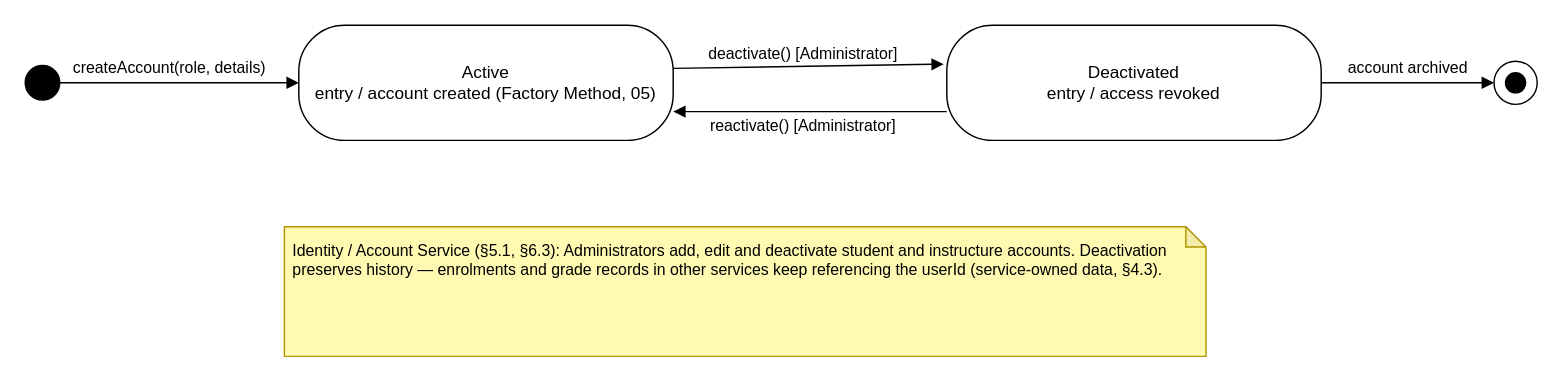
Above: Diagrams/State_diagrams/state-4-user-account.drawio in Tharusha-dev/soft_architect_redda (draw.io), before the change. Source tidied: cells renumbered, new cells numbered last; positions are measured from the earlier drawing's top-left corner, leaving out a move shared by most shapes. Both pictures are drawn from the tidied source at 144%, with x=0, y=0 at pixel (24, 24).
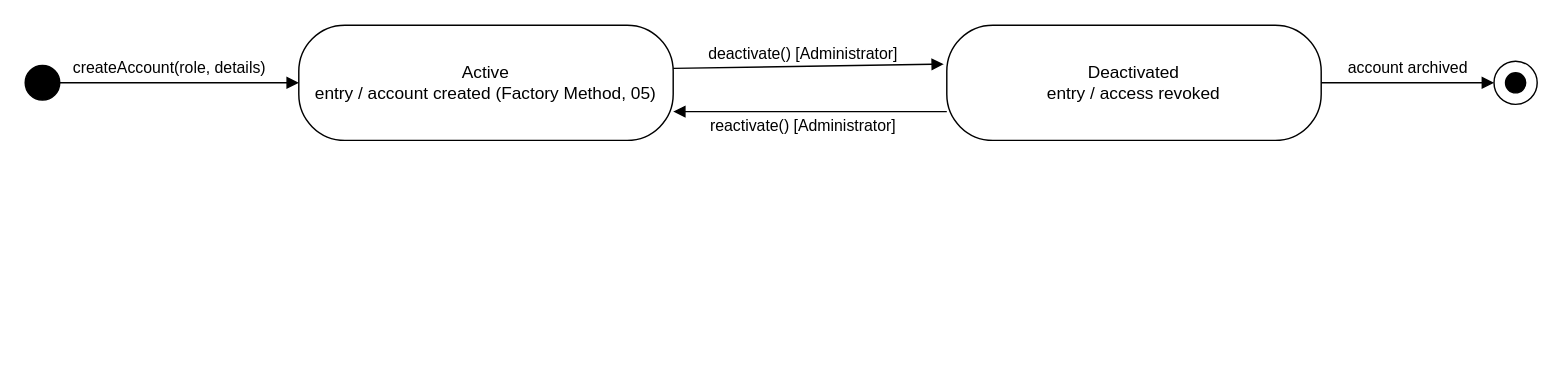
Above is the later version.

Change to the diagram source:
```diff
@@
 <mxGraphModel>
   <root>
     <mxCell id="0" />
     <mxCell id="1" parent="0" />
     <mxCell id="2" style="ellipse;html=1;fillColor=#000000;strokeColor=#000000;" parent="1" vertex="1">
       <mxGeometry y="28" width="24" height="24" as="geometry" />
     </mxCell>
     <mxCell id="3" value="Active&#10;entry / account created (Factory Method, 05)" style="rounded=1;whiteSpace=wrap;html=1;arcSize=40;verticalAlign=middle;" parent="1" vertex="1">
       <mxGeometry x="190" width="260" height="80" as="geometry" />
     </mxCell>
     <mxCell id="4" value="Deactivated&#10;entry / access revoked" style="rounded=1;whiteSpace=wrap;html=1;arcSize=40;verticalAlign=middle;" parent="1" vertex="1">
       <mxGeometry x="640" width="260" height="80" as="geometry" />
     </mxCell>
     <mxCell id="5" style="ellipse;html=1;fillColor=none;strokeColor=#000000;" parent="1" vertex="1">
       <mxGeometry x="1020" y="25" width="30" height="30" as="geometry" />
     </mxCell>
     <mxCell id="6" style="ellipse;html=1;fillColor=#000000;strokeColor=#000000;" parent="1" vertex="1">
       <mxGeometry x="1028" y="33" width="14" height="14" as="geometry" />
     </mxCell>
     <mxCell id="7" value="createAccount(role, details)" style="html=1;endArrow=block;endFill=1;rounded=0;fontSize=11;exitX=1;exitY=0.5;exitDx=0;exitDy=0;entryX=0;entryY=0.5;entryDx=0;entryDy=0;" parent="1" edge="1" source="2" target="3">
       <mxGeometry x="-0.08" y="10" relative="1" as="geometry" />
     </mxCell>
     <mxCell id="8" value="deactivate()  [Administrator]" style="html=1;endArrow=block;endFill=1;rounded=0;fontSize=11;entryX=-0.008;entryY=0.338;entryDx=0;entryDy=0;entryPerimeter=0;" parent="1" edge="1" target="4">
       <mxGeometry x="-0.04" y="9" relative="1" as="geometry">
         <mxPoint x="450" y="30" as="sourcePoint" />
       </mxGeometry>
     </mxCell>
     <mxCell id="9" value="reactivate()  [Administrator]" style="html=1;endArrow=block;endFill=1;rounded=0;fontSize=11;exitX=0;exitY=0.75;exitDx=0;exitDy=0;entryX=1;entryY=0.75;entryDx=0;entryDy=0;" parent="1" edge="1" source="4" target="3">
       <mxGeometry x="0.05" y="10" relative="1" as="geometry" />
     </mxCell>
     <mxCell id="10" value="account archived" style="html=1;endArrow=block;endFill=1;rounded=0;fontSize=11;entryX=0;entryY=0.5;entryDx=0;entryDy=0;exitX=1;exitY=0.5;exitDx=0;exitDy=0;" parent="1" edge="1" source="4" target="5">
       <mxGeometry y="10" relative="1" as="geometry" />
     </mxCell>
-    <mxCell id="11" value="Identity / Account Service (§5.1, §6.3): Administrators add, edit and deactivate student and instructure accounts. Deactivation preserves history — enrolments and grade records in other services keep referencing the userId (service-owned data, §4.3)." style="shape=note;whiteSpace=wrap;html=1;backgroundOutline=1;darkOpacity=0.05;fillColor=#FFF9B2;strokeColor=#B09500;size=14;align=left;verticalAlign=top;spacing=6;fontSize=11;" parent="1" vertex="1">
-      <mxGeometry x="180" y="140" width="640" height="90" as="geometry" />
-    </mxCell>
   </root>
 </mxGraphModel>
```
